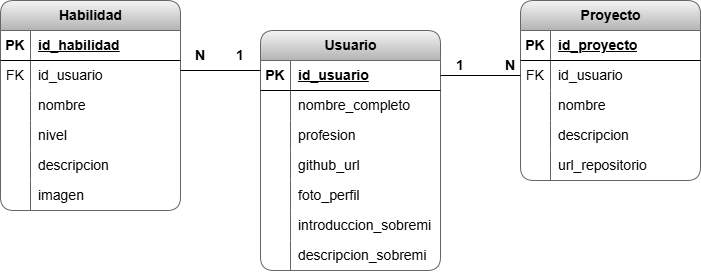
Earlier version of the draw.io export Portafolio/diagrams/erd.png (Juan-Cornejo/Kivy). Source tidied: cells renumbered, new cells last; positions are measured from the earlier drawing's top-left corner, leaving out a move shared by most shapes.
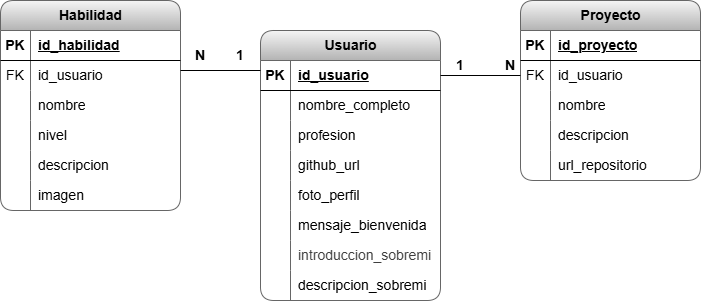
The same file after the commit.

Commit message:
Agregado dato mensaje bienvenida al diagrama ERD, modelo relacional y al schema.sql

Change to the diagram source:
```diff
@@ -3,7 +3,7 @@
     <mxCell id="0" />
     <mxCell id="1" parent="0" />
     <mxCell id="2" value="&lt;font style=&quot;font-size: 14px;&quot;&gt;Usuario&lt;/font&gt;" style="shape=table;startSize=30;rowLines=0;fontStyle=1;align=center;html=1;rounded=1;fillColor=#f5f5f5;gradientColor=#b3b3b3;strokeColor=#666666;" parent="1" vertex="1">
-      <mxGeometry x="260" y="30" width="180" height="240" as="geometry" />
+      <mxGeometry x="260" y="30" width="180" height="270" as="geometry" />
     </mxCell>
     <mxCell id="3" style="shape=tableRow;horizontal=0;startSize=0;swimlaneHead=0;swimlaneBody=0;fillColor=none;points=[[0,0.5],[1,0.5]];portConstraint=eastwest;top=0;left=0;right=0;bottom=1;rounded=1;" parent="2" vertex="1">
       <mxGeometry y="30" width="180" height="30" as="geometry" />
@@ -56,7 +56,7 @@
     <mxCell id="19" style="shape=partialRectangle;fillColor=none;top=0;left=0;bottom=0;right=0;overflow=hidden;whiteSpace=wrap;html=1;rounded=1;" parent="18" vertex="1">
       <mxGeometry width="30" height="30" as="geometry" />
     </mxCell>
-    <mxCell id="20" value="&lt;font style=&quot;font-size: 14px;&quot;&gt;introduccion_sobremi&lt;/font&gt;" style="shape=partialRectangle;fillColor=none;top=0;left=0;bottom=0;right=0;align=left;spacingLeft=6;overflow=hidden;whiteSpace=wrap;html=1;rounded=1;" parent="18" vertex="1">
+    <mxCell id="20" value="&lt;span style=&quot;font-size: 14px;&quot;&gt;mensaje_bienvenida&lt;/span&gt;" style="shape=partialRectangle;fillColor=none;top=0;left=0;bottom=0;right=0;align=left;spacingLeft=6;overflow=hidden;whiteSpace=wrap;html=1;rounded=1;" parent="18" vertex="1">
       <mxGeometry x="30" width="150" height="30" as="geometry" />
     </mxCell>
     <mxCell id="21" style="shape=tableRow;horizontal=0;startSize=0;swimlaneHead=0;swimlaneBody=0;fillColor=none;top=0;left=0;right=0;bottom=0;rounded=1;" parent="2" vertex="1">
@@ -65,9 +65,18 @@
     <mxCell id="22" style="shape=partialRectangle;fillColor=none;top=0;left=0;bottom=0;right=0;overflow=hidden;whiteSpace=wrap;html=1;rounded=1;" parent="21" vertex="1">
       <mxGeometry width="30" height="30" as="geometry" />
     </mxCell>
-    <mxCell id="23" value="&lt;font style=&quot;font-size: 14px;&quot;&gt;descripcion_sobremi&lt;/font&gt;" style="shape=partialRectangle;fillColor=none;top=0;left=0;bottom=0;right=0;align=left;spacingLeft=6;overflow=hidden;whiteSpace=wrap;html=1;rounded=1;" parent="21" vertex="1">
+    <mxCell id="23" value="&lt;span style=&quot;color: rgb(63, 63, 63); font-size: 14px;&quot;&gt;introduccion_sobremi&lt;/span&gt;" style="shape=partialRectangle;fillColor=none;top=0;left=0;bottom=0;right=0;align=left;spacingLeft=6;overflow=hidden;whiteSpace=wrap;html=1;rounded=1;" parent="21" vertex="1">
       <mxGeometry x="30" width="150" height="30" as="geometry" />
     </mxCell>
+    <mxCell id="65" style="shape=tableRow;horizontal=0;startSize=0;swimlaneHead=0;swimlaneBody=0;fillColor=none;top=0;left=0;right=0;bottom=0;rounded=1;" parent="2" vertex="1">
+      <mxGeometry y="240" width="180" height="30" as="geometry" />
+    </mxCell>
+    <mxCell id="66" style="shape=partialRectangle;fillColor=none;top=0;left=0;bottom=0;right=0;overflow=hidden;whiteSpace=wrap;html=1;rounded=1;" parent="65" vertex="1">
+      <mxGeometry width="30" height="30" as="geometry" />
+    </mxCell>
+    <mxCell id="67" value="&lt;font style=&quot;font-size: 14px;&quot;&gt;descripcion_sobremi&lt;/font&gt;" style="shape=partialRectangle;fillColor=none;top=0;left=0;bottom=0;right=0;align=left;spacingLeft=6;overflow=hidden;whiteSpace=wrap;html=1;rounded=1;" parent="65" vertex="1">
+      <mxGeometry x="30" width="150" height="30" as="geometry" />
+    </mxCell>
     <mxCell id="24" value="&lt;font style=&quot;font-size: 14px;&quot;&gt;Proyecto&lt;/font&gt;" style="shape=table;startSize=30;rowLines=0;fontStyle=1;align=center;html=1;rounded=1;fillColor=#f5f5f5;gradientColor=#b3b3b3;strokeColor=#666666;" parent="1" vertex="1">
       <mxGeometry x="520" width="180" height="180" as="geometry" />
     </mxCell>
```
